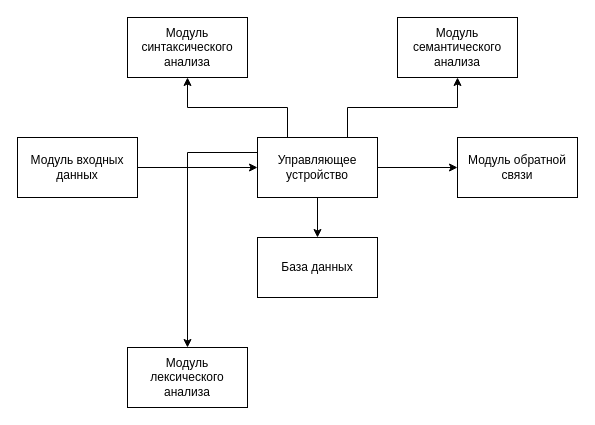
Before: 11.drawio in softqwak/MSPIST, a draw.io diagram. Source tidied: cells renumbered, new cells numbered last; positions are measured from the earlier drawing's top-left corner, leaving out a move shared by most shapes. Both pictures are drawn from the tidied source at 100%, with x=0, y=0 at pixel (17, 17).
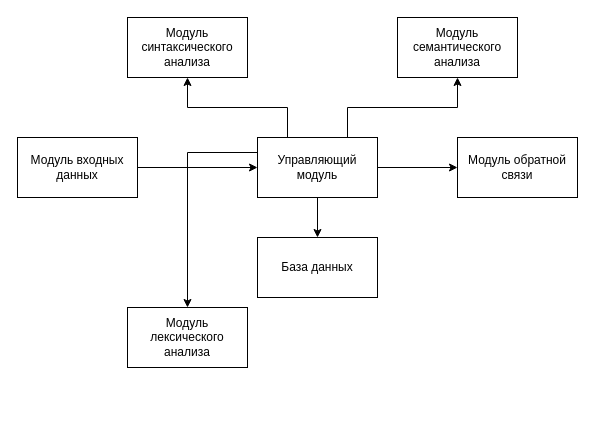
The same diagram, later.

Change to the diagram source:
```diff
@@
 <mxGraphModel>
   <root>
     <mxCell id="0" />
     <mxCell id="1" parent="0" />
     <mxCell id="2" style="edgeStyle=orthogonalEdgeStyle;rounded=0;jettySize=auto;html=1;exitX=1;exitY=0.5;exitDx=0;exitDy=0;entryX=0;entryY=0.5;entryDx=0;entryDy=0;" parent="1" edge="1" source="3" target="9">
       <mxGeometry relative="1" as="geometry" />
     </mxCell>
     <mxCell id="3" value="Модуль входных данных" style="rounded=0;whiteSpace=wrap;html=1;" parent="1" vertex="1">
       <mxGeometry y="120" width="120" height="60" as="geometry" />
     </mxCell>
     <mxCell id="4" style="edgeStyle=orthogonalEdgeStyle;rounded=0;jettySize=auto;html=1;exitX=0.5;exitY=1;exitDx=0;exitDy=0;entryX=0.5;entryY=0;entryDx=0;entryDy=0;" parent="1" edge="1" source="9" target="10">
       <mxGeometry relative="1" as="geometry" />
     </mxCell>
     <mxCell id="5" style="edgeStyle=orthogonalEdgeStyle;rounded=0;jettySize=auto;html=1;exitX=1;exitY=0.5;exitDx=0;exitDy=0;" parent="1" edge="1" source="9" target="14">
       <mxGeometry relative="1" as="geometry" />
     </mxCell>
     <mxCell id="6" style="edgeStyle=orthogonalEdgeStyle;rounded=0;jettySize=auto;html=1;exitX=0.75;exitY=0;exitDx=0;exitDy=0;entryX=0.5;entryY=1;entryDx=0;entryDy=0;" parent="1" edge="1" source="9" target="13">
       <mxGeometry relative="1" as="geometry" />
     </mxCell>
     <mxCell id="7" style="edgeStyle=orthogonalEdgeStyle;rounded=0;jettySize=auto;html=1;exitX=0.25;exitY=0;exitDx=0;exitDy=0;entryX=0.5;entryY=1;entryDx=0;entryDy=0;" parent="1" edge="1" source="9" target="12">
       <mxGeometry relative="1" as="geometry" />
     </mxCell>
     <mxCell id="8" style="edgeStyle=orthogonalEdgeStyle;rounded=0;jettySize=auto;html=1;exitX=0;exitY=0.25;exitDx=0;exitDy=0;entryX=0.5;entryY=0;entryDx=0;entryDy=0;" parent="1" edge="1" source="9" target="11">
       <mxGeometry relative="1" as="geometry" />
     </mxCell>
-    <mxCell id="9" value="Управляющее устройство" style="rounded=0;whiteSpace=wrap;html=1;" parent="1" vertex="1">
+    <mxCell id="9" value="Управляющий модуль" style="rounded=0;whiteSpace=wrap;html=1;" parent="1" vertex="1">
       <mxGeometry x="240" y="120" width="120" height="60" as="geometry" />
     </mxCell>
     <mxCell id="10" value="База данных" style="rounded=0;whiteSpace=wrap;html=1;" parent="1" vertex="1">
       <mxGeometry x="240" y="220" width="120" height="60" as="geometry" />
     </mxCell>
     <mxCell id="11" value="Модуль лексического анализа" style="rounded=0;whiteSpace=wrap;html=1;" parent="1" vertex="1">
-      <mxGeometry x="110" y="330" width="120" height="60" as="geometry" />
+      <mxGeometry x="110" y="290" width="120" height="60" as="geometry" />
     </mxCell>
     <mxCell id="12" value="Модуль синтаксического анализа" style="rounded=0;whiteSpace=wrap;html=1;" parent="1" vertex="1">
       <mxGeometry x="110" width="120" height="60" as="geometry" />
     </mxCell>
     <mxCell id="13" value="Модуль семантического анализа" style="rounded=0;whiteSpace=wrap;html=1;" parent="1" vertex="1">
       <mxGeometry x="380" width="120" height="60" as="geometry" />
     </mxCell>
     <mxCell id="14" value="Модуль обратной связи" style="rounded=0;whiteSpace=wrap;html=1;" parent="1" vertex="1">
       <mxGeometry x="440" y="120" width="120" height="60" as="geometry" />
     </mxCell>
   </root>
 </mxGraphModel>
```
